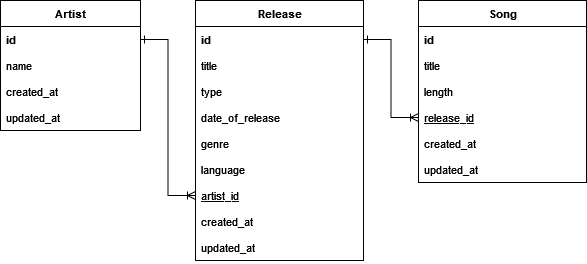
This is other/media/images/ER.drawio.png from VavakinV/musicrud, a draw.io export, as it was before one commit. Source tidied: cells renumbered, new cells last; positions are measured from the earlier drawing's top-left corner, leaving out a move shared by most shapes.
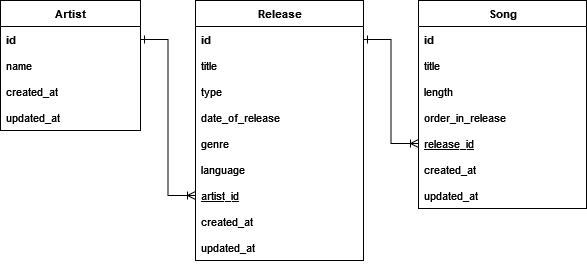
Later version of the same file.

Commit message:
updated Song model to include order in release

Change to the diagram source:
```diff
@@ -48,7 +48,7 @@
       <mxGeometry y="234" width="168" height="26" as="geometry" />
     </mxCell>
     <mxCell id="17" value="&lt;b&gt;Song&lt;/b&gt;" style="swimlane;fontStyle=0;horizontal=1;startSize=26;fillColor=none;html=1;fontFamily=Helvetica;fontSize=11;fontColor=default;labelBackgroundColor=default;" parent="1" vertex="1">
-      <mxGeometry x="418" width="168" height="182" as="geometry" />
+      <mxGeometry x="418" width="168" height="208" as="geometry" />
     </mxCell>
     <mxCell id="18" value="&lt;b&gt;id&lt;/b&gt;" style="text;strokeColor=none;fillColor=none;align=left;verticalAlign=top;spacingLeft=4;spacingRight=4;overflow=hidden;whiteSpace=wrap;html=1;fontFamily=Helvetica;fontSize=11;fontColor=default;labelBackgroundColor=default;" parent="17" vertex="1">
       <mxGeometry y="26" width="168" height="26" as="geometry" />
@@ -59,14 +59,17 @@
     <mxCell id="20" value="length" style="text;strokeColor=none;fillColor=none;align=left;verticalAlign=top;spacingLeft=4;spacingRight=4;overflow=hidden;whiteSpace=wrap;html=1;fontFamily=Helvetica;fontSize=11;fontColor=default;labelBackgroundColor=default;" parent="17" vertex="1">
       <mxGeometry y="78" width="168" height="26" as="geometry" />
     </mxCell>
+    <mxCell id="26" value="order_in_release" style="text;strokeColor=none;fillColor=none;align=left;verticalAlign=top;spacingLeft=4;spacingRight=4;overflow=hidden;whiteSpace=wrap;html=1;fontFamily=Helvetica;fontSize=11;fontColor=default;labelBackgroundColor=default;" parent="17" vertex="1">
+      <mxGeometry y="104" width="168" height="26" as="geometry" />
+    </mxCell>
     <mxCell id="21" value="&lt;u&gt;release_id&lt;/u&gt;" style="text;strokeColor=none;fillColor=none;align=left;verticalAlign=top;spacingLeft=4;spacingRight=4;overflow=hidden;points=[[0,0.5],[1,0.5]];portConstraint=eastwest;whiteSpace=wrap;html=1;fontFamily=Helvetica;fontSize=11;fontColor=default;labelBackgroundColor=default;" parent="17" vertex="1">
-      <mxGeometry y="104" width="168" height="26" as="geometry" />
+      <mxGeometry y="130" width="168" height="26" as="geometry" />
     </mxCell>
     <mxCell id="22" value="created_at" style="text;strokeColor=none;fillColor=none;align=left;verticalAlign=top;spacingLeft=4;spacingRight=4;overflow=hidden;whiteSpace=wrap;html=1;fontFamily=Helvetica;fontSize=11;fontColor=default;labelBackgroundColor=default;" parent="17" vertex="1">
-      <mxGeometry y="130" width="168" height="26" as="geometry" />
+      <mxGeometry y="156" width="168" height="26" as="geometry" />
     </mxCell>
     <mxCell id="23" value="updated_at" style="text;strokeColor=none;fillColor=none;align=left;verticalAlign=top;spacingLeft=4;spacingRight=4;overflow=hidden;whiteSpace=wrap;html=1;fontFamily=Helvetica;fontSize=11;fontColor=default;labelBackgroundColor=default;" parent="17" vertex="1">
-      <mxGeometry y="156" width="168" height="26" as="geometry" />
+      <mxGeometry y="182" width="168" height="26" as="geometry" />
     </mxCell>
     <mxCell id="24" style="edgeStyle=orthogonalEdgeStyle;shape=connector;rounded=0;jettySize=auto;html=1;strokeColor=default;align=center;verticalAlign=middle;fontFamily=Helvetica;fontSize=11;fontColor=default;labelBackgroundColor=default;endArrow=ERoneToMany;endFill=0;startArrow=ERone;startFill=0;" parent="1" edge="1" source="3" target="14">
       <mxGeometry relative="1" as="geometry" />
```
